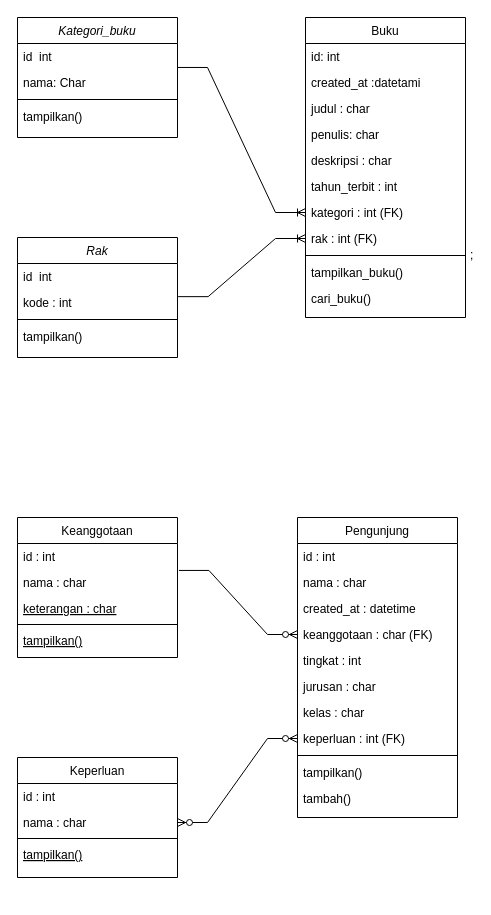
Earlier version of the draw.io diagram Class-Diagram-Perpus-Digital.drawio (Tejar456/tefa-perpusdigital). Source tidied: cells renumbered, new cells numbered last; positions are measured from the earlier drawing's top-left corner, leaving out a move shared by most shapes. Both pictures are drawn from the tidied source at 100%, with x=0, y=0 at pixel (17, 17).
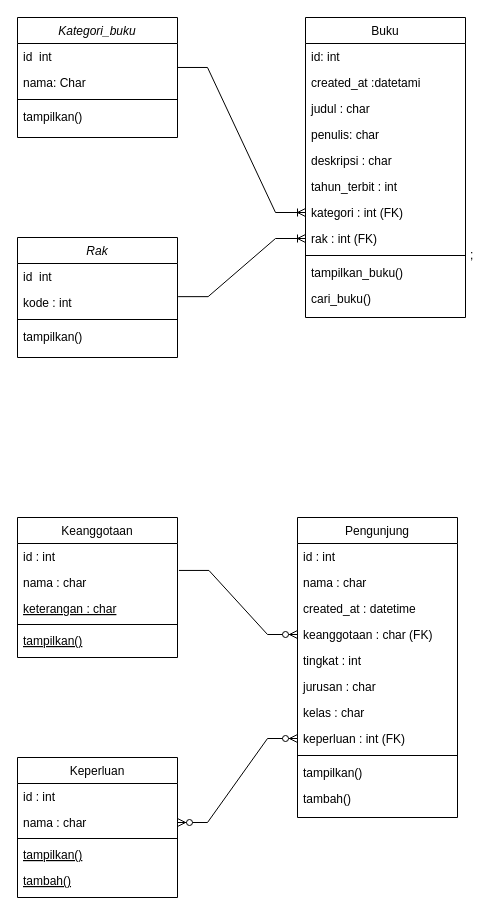
The same diagram, later.

Change to the diagram source:
```diff
@@
     <mxCell id="45" value="Keperluan" style="swimlane;fontStyle=0;align=center;verticalAlign=top;horizontal=1;startSize=26;rounded=0;shadow=0;strokeWidth=1;" parent="1" vertex="1">
-      <mxGeometry y="740" width="160" height="120" as="geometry" />
+      <mxGeometry y="740" width="160" height="140" as="geometry" />
     </mxCell>
@@
+    <mxCell id="51" value="tambah()" style="text;align=left;verticalAlign=top;spacingLeft=4;spacingRight=4;overflow=hidden;fontStyle=4;" parent="45" vertex="1">
+      <mxGeometry y="110" width="160" height="26" as="geometry" />
+    </mxCell>
```
